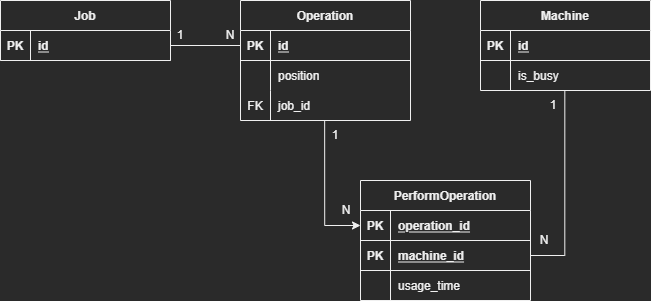
luispereira1999/fjsp keeps this draw.io diagram as docs/er-model.png. Above is the earlier version. Source tidied: cells renumbered, new cells last; positions are measured from the earlier drawing's top-left corner, leaving out a move shared by most shapes.
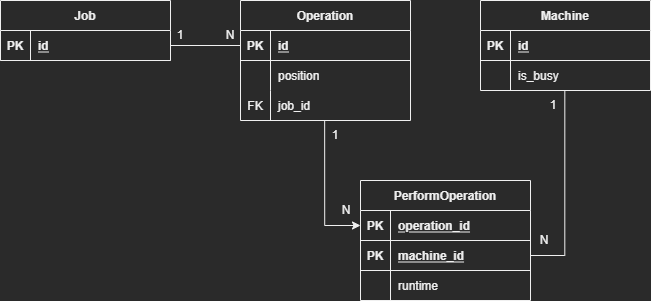
Later version of the same file.

The edit, as a diff of the source:
```diff
@@ -103,7 +103,7 @@
     <mxCell id="34" style="shape=partialRectangle;fillColor=none;top=0;left=0;bottom=0;right=0;overflow=hidden;" parent="33" vertex="1">
       <mxGeometry width="30" height="30" as="geometry" />
     </mxCell>
-    <mxCell id="35" value="usage_time" style="shape=partialRectangle;fillColor=none;top=0;left=0;bottom=0;right=0;align=left;spacingLeft=6;overflow=hidden;" parent="33" vertex="1">
+    <mxCell id="35" value="runtime" style="shape=partialRectangle;fillColor=none;top=0;left=0;bottom=0;right=0;align=left;spacingLeft=6;overflow=hidden;" parent="33" vertex="1">
       <mxGeometry x="30" width="140" height="30" as="geometry" />
     </mxCell>
     <mxCell id="36" value="1" style="text;html=1;strokeColor=none;fillColor=none;align=center;verticalAlign=middle;whiteSpace=wrap;rounded=0;" parent="1" vertex="1">
```
